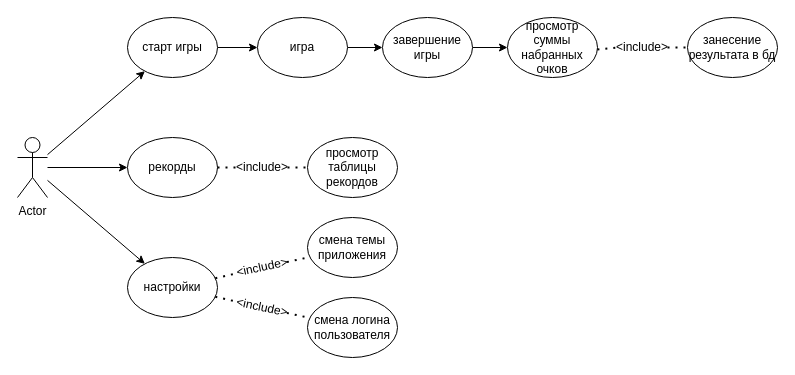
TrahOff/HMI keeps this draw.io diagram as page "UMLgame" (2 of 3) of ЧМИ/Диаграмма без названия.drawio. Above is the earlier version. Source tidied: cells renumbered, new cells numbered last; positions are measured from the earlier drawing's top-left corner, leaving out a move shared by most shapes. Both pictures are drawn from the tidied source at 100%, with x=0, y=0 at pixel (17, 17).
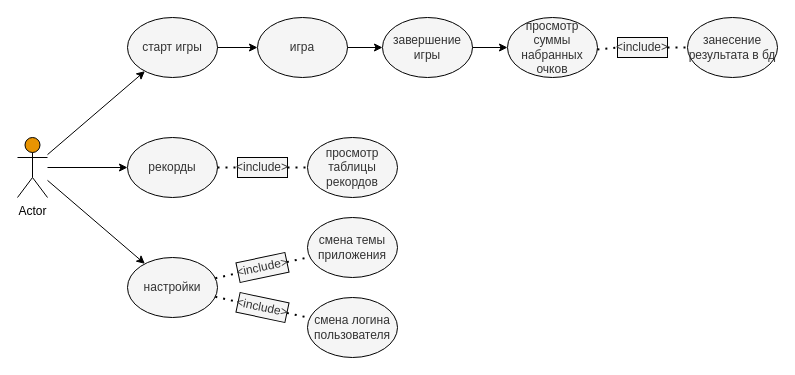
Above is the later version.

What changed in the source:
```diff
@@
-<mxGraphModel>
+<mxGraphModel background="#ffffff">
@@
+    <mxCell id="31" style="group;" parent="1" vertex="1">
+      <mxGeometry width="760" height="340" as="geometry" />
+    </mxCell>
-    <mxCell id="2" value="Actor" style="shape=umlActor;verticalLabelPosition=bottom;verticalAlign=top;html=1;outlineConnect=0;" parent="1" vertex="1">
+    <mxCell id="2" value="&lt;span style=&quot;background-color: rgb(255, 255, 255);&quot;&gt;&lt;font color=&quot;#000000&quot;&gt;Actor&lt;/font&gt;&lt;/span&gt;" style="shape=umlActor;verticalLabelPosition=bottom;verticalAlign=top;html=1;outlineConnect=0;fillColor=#E89402;strokeColor=#000000;fontColor=#333333;" parent="31" vertex="1">
       <mxGeometry y="120" width="30" height="60" as="geometry" />
     </mxCell>
-    <mxCell id="3" style="edgeStyle=orthogonalEdgeStyle;rounded=0;jettySize=auto;html=1;" parent="1" edge="1" source="4" target="8">
-      <mxGeometry relative="1" as="geometry" />
-    </mxCell>
-    <mxCell id="4" value="старт игры" style="ellipse;whiteSpace=wrap;html=1;" parent="1" vertex="1">
+    <mxCell id="4" value="старт игры" style="ellipse;whiteSpace=wrap;html=1;fillColor=#f5f5f5;strokeColor=#000000;fontColor=#333333;" parent="31" vertex="1">
       <mxGeometry x="110" width="90" height="60" as="geometry" />
     </mxCell>
-    <mxCell id="5" value="рекорды" style="ellipse;whiteSpace=wrap;html=1;" parent="1" vertex="1">
+    <mxCell id="5" value="рекорды" style="ellipse;whiteSpace=wrap;html=1;fillColor=#f5f5f5;strokeColor=#000000;fontColor=#333333;" parent="31" vertex="1">
       <mxGeometry x="110" y="120" width="90" height="60" as="geometry" />
     </mxCell>
-    <mxCell id="6" value="настройки" style="ellipse;whiteSpace=wrap;html=1;" parent="1" vertex="1">
+    <mxCell id="6" value="настройки" style="ellipse;whiteSpace=wrap;html=1;fillColor=#f5f5f5;strokeColor=#000000;fontColor=#333333;" parent="31" vertex="1">
       <mxGeometry x="110" y="240" width="90" height="60" as="geometry" />
     </mxCell>
-    <mxCell id="7" style="edgeStyle=orthogonalEdgeStyle;rounded=0;jettySize=auto;html=1;" parent="1" edge="1" source="8" target="10">
-      <mxGeometry relative="1" as="geometry" />
-    </mxCell>
-    <mxCell id="8" value="игра" style="ellipse;whiteSpace=wrap;html=1;" parent="1" vertex="1">
+    <mxCell id="8" value="игра" style="ellipse;whiteSpace=wrap;html=1;fillColor=#f5f5f5;strokeColor=#000000;fontColor=#333333;" parent="31" vertex="1">
       <mxGeometry x="240" width="90" height="60" as="geometry" />
     </mxCell>
-    <mxCell id="9" style="edgeStyle=orthogonalEdgeStyle;rounded=0;jettySize=auto;html=1;" parent="1" edge="1" source="10" target="12">
-      <mxGeometry relative="1" as="geometry" />
-    </mxCell>
-    <mxCell id="10" value="завершение игры" style="ellipse;whiteSpace=wrap;html=1;" parent="1" vertex="1">
+    <mxCell id="10" value="завершение игры" style="ellipse;whiteSpace=wrap;html=1;fillColor=#f5f5f5;strokeColor=#000000;fontColor=#333333;" parent="31" vertex="1">
       <mxGeometry x="365" width="90" height="60" as="geometry" />
     </mxCell>
-    <mxCell id="11" value="занесение результата в бд" style="ellipse;whiteSpace=wrap;html=1;" parent="1" vertex="1">
+    <mxCell id="11" value="занесение результата в бд" style="ellipse;whiteSpace=wrap;html=1;fillColor=#f5f5f5;strokeColor=#000000;fontColor=#333333;" parent="31" vertex="1">
       <mxGeometry x="670" width="90" height="60" as="geometry" />
     </mxCell>
-    <mxCell id="12" value="просмотр суммы набранных очков" style="ellipse;whiteSpace=wrap;html=1;" parent="1" vertex="1">
+    <mxCell id="12" value="просмотр суммы набранных очков" style="ellipse;whiteSpace=wrap;html=1;fillColor=#f5f5f5;strokeColor=#000000;fontColor=#333333;" parent="31" vertex="1">
       <mxGeometry x="490" width="90" height="60" as="geometry" />
     </mxCell>
-    <mxCell id="13" value="просмотр таблицы рекордов" style="ellipse;whiteSpace=wrap;html=1;" parent="1" vertex="1">
+    <mxCell id="13" value="просмотр таблицы рекордов" style="ellipse;whiteSpace=wrap;html=1;fillColor=#f5f5f5;strokeColor=#000000;fontColor=#333333;" parent="31" vertex="1">
       <mxGeometry x="290" y="120" width="90" height="60" as="geometry" />
     </mxCell>
-    <mxCell id="14" value="смена логина пользователя" style="ellipse;whiteSpace=wrap;html=1;" parent="1" vertex="1">
+    <mxCell id="14" value="смена логина пользователя" style="ellipse;whiteSpace=wrap;html=1;fillColor=#f5f5f5;strokeColor=#000000;fontColor=#333333;" parent="31" vertex="1">
       <mxGeometry x="290" y="280" width="90" height="60" as="geometry" />
     </mxCell>
-    <mxCell id="15" value="смена темы приложения" style="ellipse;whiteSpace=wrap;html=1;" parent="1" vertex="1">
+    <mxCell id="15" value="смена темы приложения" style="ellipse;whiteSpace=wrap;html=1;fillColor=#f5f5f5;strokeColor=#000000;fontColor=#333333;" parent="31" vertex="1">
       <mxGeometry x="290" y="200" width="90" height="60" as="geometry" />
     </mxCell>
+    <mxCell id="3" style="edgeStyle=orthogonalEdgeStyle;rounded=0;jettySize=auto;html=1;fontColor=#000000;fillColor=#f5f5f5;strokeColor=#000000;" parent="31" edge="1" source="4" target="8">
+      <mxGeometry relative="1" as="geometry" />
+    </mxCell>
-    <mxCell id="16" style="endArrow=classic;html=1;rounded=0;" parent="1" edge="1" source="2" target="5">
+    <mxCell id="16" style="endArrow=classic;html=1;rounded=0;fontColor=#000000;fillColor=#f5f5f5;strokeColor=#000000;" parent="31" edge="1" source="2" target="5">
       <mxGeometry relative="1" as="geometry" />
     </mxCell>
+    <mxCell id="7" style="edgeStyle=orthogonalEdgeStyle;rounded=0;jettySize=auto;html=1;fontColor=#000000;fillColor=#f5f5f5;strokeColor=#000000;" parent="31" edge="1" source="8" target="10">
+      <mxGeometry relative="1" as="geometry" />
+    </mxCell>
-    <mxCell id="17" style="endArrow=classic;html=1;rounded=0;" parent="1" edge="1" source="2" target="6">
+    <mxCell id="17" style="endArrow=classic;html=1;rounded=0;fontColor=#000000;fillColor=#f5f5f5;strokeColor=#000000;" parent="31" edge="1" source="2" target="6">
       <mxGeometry relative="1" as="geometry" />
     </mxCell>
+    <mxCell id="9" style="edgeStyle=orthogonalEdgeStyle;rounded=0;jettySize=auto;html=1;fontColor=#000000;fillColor=#f5f5f5;strokeColor=#000000;" parent="31" edge="1" source="10" target="12">
+      <mxGeometry relative="1" as="geometry" />
+    </mxCell>
-    <mxCell id="18" style="endArrow=classic;html=1;rounded=0;" parent="1" edge="1" source="2" target="4">
+    <mxCell id="18" style="endArrow=classic;html=1;rounded=0;fontColor=#000000;fillColor=#f5f5f5;strokeColor=#000000;" parent="31" edge="1" source="2" target="4">
       <mxGeometry relative="1" as="geometry" />
     </mxCell>
-    <mxCell id="19" style="endArrow=none;dashed=1;html=1;dashPattern=1 3;strokeWidth=2;rounded=0;" parent="1" edge="1" source="21" target="11">
+    <mxCell id="19" style="endArrow=none;dashed=1;html=1;dashPattern=1 3;strokeWidth=2;rounded=0;fontColor=#000000;fillColor=#f5f5f5;strokeColor=#000000;" parent="31" edge="1" source="21" target="11">
       <mxGeometry relative="1" as="geometry" />
     </mxCell>
-    <mxCell id="20" style="endArrow=none;dashed=1;html=1;dashPattern=1 3;strokeWidth=2;rounded=0;" parent="1" edge="1" source="12" target="21">
+    <mxCell id="20" style="endArrow=none;dashed=1;html=1;dashPattern=1 3;strokeWidth=2;rounded=0;fontColor=#000000;fillColor=#f5f5f5;strokeColor=#000000;" parent="31" edge="1" source="12" target="21">
       <mxGeometry relative="1" as="geometry" />
     </mxCell>
-    <mxCell id="21" value="&amp;lt;include&amp;gt;" style="text;strokeColor=none;align=center;fillColor=none;html=1;verticalAlign=middle;whiteSpace=wrap;rounded=0;" parent="1" vertex="1">
+    <mxCell id="21" value="&amp;lt;include&amp;gt;" style="text;strokeColor=#000000;align=center;fillColor=#f5f5f5;html=1;verticalAlign=middle;whiteSpace=wrap;rounded=0;fontColor=#333333;" parent="31" vertex="1">
       <mxGeometry x="600" y="20" width="50" height="20" as="geometry" />
     </mxCell>
-    <mxCell id="22" style="endArrow=none;dashed=1;html=1;dashPattern=1 3;strokeWidth=2;rounded=0;" parent="1" edge="1" source="24" target="13">
+    <mxCell id="22" style="endArrow=none;dashed=1;html=1;dashPattern=1 3;strokeWidth=2;rounded=0;fontColor=#000000;fillColor=#f5f5f5;strokeColor=#000000;" parent="31" edge="1" source="24" target="13">
       <mxGeometry relative="1" as="geometry" />
     </mxCell>
-    <mxCell id="23" style="endArrow=none;dashed=1;html=1;dashPattern=1 3;strokeWidth=2;rounded=0;" parent="1" edge="1" source="5" target="24">
+    <mxCell id="23" style="endArrow=none;dashed=1;html=1;dashPattern=1 3;strokeWidth=2;rounded=0;fontColor=#000000;fillColor=#f5f5f5;strokeColor=#000000;" parent="31" edge="1" source="5" target="24">
       <mxGeometry relative="1" as="geometry" />
     </mxCell>
-    <mxCell id="24" value="&amp;lt;include&amp;gt;" style="text;strokeColor=none;align=center;fillColor=none;html=1;verticalAlign=middle;whiteSpace=wrap;rounded=0;" parent="1" vertex="1">
+    <mxCell id="24" value="&amp;lt;include&amp;gt;" style="text;strokeColor=#000000;align=center;fillColor=#f5f5f5;html=1;verticalAlign=middle;whiteSpace=wrap;rounded=0;fontColor=#333333;" parent="31" vertex="1">
       <mxGeometry x="220" y="140" width="50" height="20" as="geometry" />
     </mxCell>
-    <mxCell id="25" style="endArrow=none;dashed=1;html=1;dashPattern=1 3;strokeWidth=2;rounded=0;" parent="1" edge="1" source="28" target="15">
+    <mxCell id="25" style="endArrow=none;dashed=1;html=1;dashPattern=1 3;strokeWidth=2;rounded=0;fontColor=#000000;fillColor=#f5f5f5;strokeColor=#000000;" parent="31" edge="1" source="28" target="15">
       <mxGeometry relative="1" as="geometry" />
     </mxCell>
-    <mxCell id="26" style="endArrow=none;dashed=1;html=1;dashPattern=1 3;strokeWidth=2;rounded=0;" parent="1" edge="1" source="30" target="14">
+    <mxCell id="26" style="endArrow=none;dashed=1;html=1;dashPattern=1 3;strokeWidth=2;rounded=0;fontColor=#000000;fillColor=#f5f5f5;strokeColor=#000000;" parent="31" edge="1" source="30" target="14">
       <mxGeometry relative="1" as="geometry" />
     </mxCell>
-    <mxCell id="27" style="endArrow=none;dashed=1;html=1;dashPattern=1 3;strokeWidth=2;rounded=0;" parent="1" edge="1" source="6" target="28">
+    <mxCell id="27" style="endArrow=none;dashed=1;html=1;dashPattern=1 3;strokeWidth=2;rounded=0;fontColor=#000000;fillColor=#f5f5f5;strokeColor=#000000;" parent="31" edge="1" source="6" target="28">
       <mxGeometry relative="1" as="geometry" />
     </mxCell>
-    <mxCell id="28" value="&amp;lt;include&amp;gt;" style="text;strokeColor=none;align=center;fillColor=none;html=1;verticalAlign=middle;whiteSpace=wrap;rounded=0;rotation=348;" parent="1" vertex="1">
+    <mxCell id="28" value="&amp;lt;include&amp;gt;" style="text;strokeColor=#000000;align=center;fillColor=#f5f5f5;html=1;verticalAlign=middle;whiteSpace=wrap;rounded=0;rotation=348;fontColor=#333333;" parent="31" vertex="1">
       <mxGeometry x="220" y="240" width="50" height="20" as="geometry" />
     </mxCell>
-    <mxCell id="29" style="endArrow=none;dashed=1;html=1;dashPattern=1 3;strokeWidth=2;rounded=0;" parent="1" edge="1" source="6" target="30">
+    <mxCell id="29" style="endArrow=none;dashed=1;html=1;dashPattern=1 3;strokeWidth=2;rounded=0;fontColor=#000000;fillColor=#f5f5f5;strokeColor=#000000;" parent="31" edge="1" source="6" target="30">
       <mxGeometry relative="1" as="geometry" />
     </mxCell>
-    <mxCell id="30" value="&amp;lt;include&amp;gt;" style="text;strokeColor=none;align=center;fillColor=none;html=1;verticalAlign=middle;whiteSpace=wrap;rounded=0;rotation=12;" parent="1" vertex="1">
+    <mxCell id="30" value="&amp;lt;include&amp;gt;" style="text;strokeColor=#000000;align=center;fillColor=#f5f5f5;html=1;verticalAlign=middle;whiteSpace=wrap;rounded=0;rotation=12;fontColor=#333333;" parent="31" vertex="1">
       <mxGeometry x="220" y="280" width="50" height="20" as="geometry" />
     </mxCell>
```
